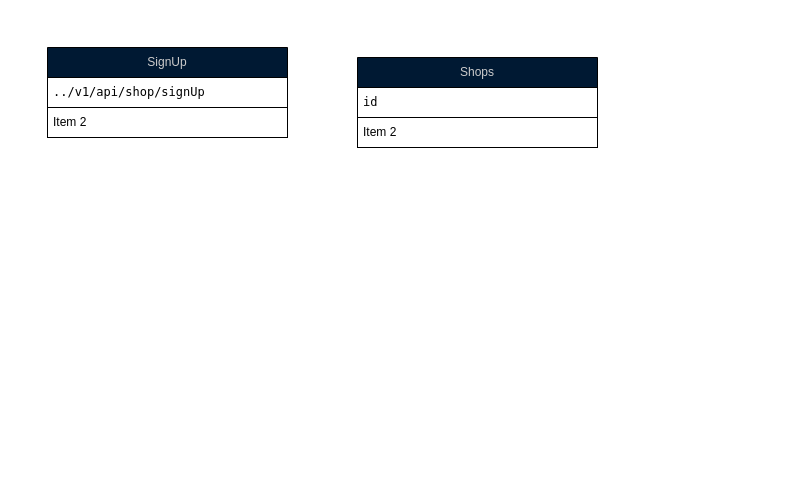
Before: page "api" (1 of 2) of document/Login.drawio in bangnguyen794/emcom_tipjs_ts, a draw.io diagram. Source tidied: cells renumbered, new cells numbered last; positions are measured from the earlier drawing's top-left corner, leaving out a move shared by most shapes. Both pictures are drawn from the tidied source at 100%, with x=0, y=0 at pixel (47, 47).
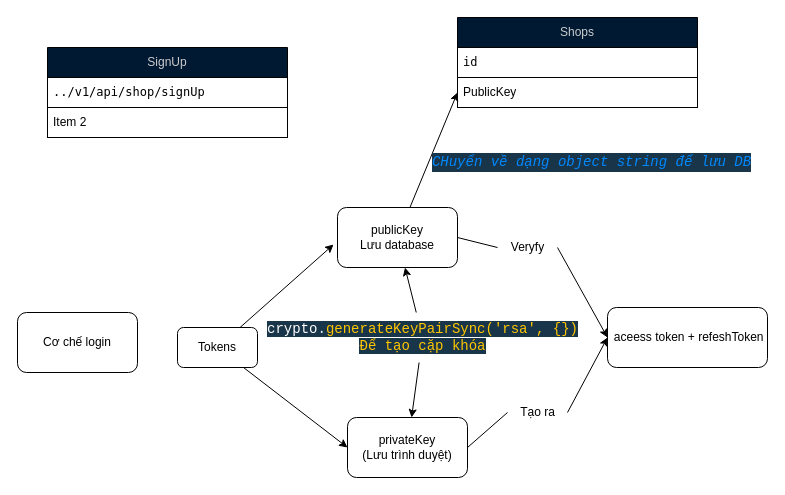
After the change.

What changed in the source:
```diff
@@
     <mxCell id="5" value="Shops" style="swimlane;fontStyle=0;horizontal=1;startSize=30;whiteSpace=wrap;html=1;labelBackgroundColor=none;fontColor=#CCCCCC;swimlaneFillColor=none;gradientColor=none;fillColor=#001933;" parent="1" vertex="1">
-      <mxGeometry x="310" y="10" width="240" height="90" as="geometry" />
+      <mxGeometry x="410" y="-30" width="240" height="90" as="geometry" />
     </mxCell>
@@
-    <mxCell id="7" value="Item 2" style="text;strokeColor=default;fillColor=default;align=left;verticalAlign=middle;spacingLeft=4;spacingRight=4;overflow=hidden;points=[[0,0.5],[1,0.5]];portConstraint=eastwest;whiteSpace=wrap;html=1;labelBackgroundColor=none;fontColor=default;labelBorderColor=none;" parent="5" vertex="1">
+    <mxCell id="7" value="PublicKey" style="text;strokeColor=default;fillColor=default;align=left;verticalAlign=middle;spacingLeft=4;spacingRight=4;overflow=hidden;points=[[0,0.5],[1,0.5]];portConstraint=eastwest;whiteSpace=wrap;html=1;labelBackgroundColor=none;fontColor=default;labelBorderColor=none;" parent="5" vertex="1">
       <mxGeometry y="60" width="240" height="30" as="geometry" />
     </mxCell>
+    <mxCell id="8" value="Cơ chế login" style="rounded=1;whiteSpace=wrap;html=1;" parent="1" vertex="1">
+      <mxGeometry x="-30" y="265" width="120" height="60" as="geometry" />
+    </mxCell>
+    <mxCell id="9" style="edgeStyle=none;html=1;entryX=0;entryY=0.5;entryDx=0;entryDy=0;" parent="1" edge="1" source="10" target="7">
+      <mxGeometry relative="1" as="geometry" />
+    </mxCell>
+    <mxCell id="10" value="publicKey&lt;br&gt;Lưu database" style="rounded=1;whiteSpace=wrap;html=1;" parent="1" vertex="1">
+      <mxGeometry x="290" y="160" width="120" height="60" as="geometry" />
+    </mxCell>
+    <mxCell id="11" style="edgeStyle=none;html=1;entryX=0;entryY=0.5;entryDx=0;entryDy=0;exitX=1;exitY=0.5;exitDx=0;exitDy=0;startArrow=none;" parent="1" edge="1" source="21" target="16">
+      <mxGeometry relative="1" as="geometry" />
+    </mxCell>
+    <mxCell id="12" value="privateKey&lt;br&gt;(Lưu trình duyệt)" style="rounded=1;whiteSpace=wrap;html=1;" parent="1" vertex="1">
+      <mxGeometry x="300" y="370" width="120" height="60" as="geometry" />
+    </mxCell>
+    <mxCell id="13" style="edgeStyle=none;html=1;entryX=-0.033;entryY=0.617;entryDx=0;entryDy=0;entryPerimeter=0;" parent="1" edge="1" source="15" target="10">
+      <mxGeometry relative="1" as="geometry" />
+    </mxCell>
+    <mxCell id="14" style="edgeStyle=none;html=1;entryX=0;entryY=0.5;entryDx=0;entryDy=0;" parent="1" edge="1" source="15" target="12">
+      <mxGeometry relative="1" as="geometry" />
+    </mxCell>
+    <mxCell id="15" value="Tokens" style="rounded=1;whiteSpace=wrap;html=1;" parent="1" vertex="1">
+      <mxGeometry x="130" y="280" width="80" height="40" as="geometry" />
+    </mxCell>
+    <mxCell id="16" value="&amp;nbsp;aceess token + refeshToken" style="whiteSpace=wrap;html=1;rounded=1;" parent="1" vertex="1">
+      <mxGeometry x="560" y="260" width="160" height="60" as="geometry" />
+    </mxCell>
+    <mxCell id="17" style="group;" parent="1" vertex="1">
+      <mxGeometry x="460" y="165" width="60" height="50" as="geometry" />
+    </mxCell>
+    <mxCell id="18" value="Veryfy" style="text;html=1;align=center;verticalAlign=middle;points=[];strokeColor=none;fillColor=none;" parent="17" vertex="1">
+      <mxGeometry x="-10" y="20" width="60" height="30" as="geometry" />
+    </mxCell>
+    <mxCell id="19" value="&lt;div style=&quot;color: rgb(255, 255, 255); background-color: rgb(25, 53, 73); font-family: Consolas, &amp;quot;Courier New&amp;quot;, monospace; font-size: 14px; line-height: 19px;&quot;&gt;&lt;span style=&quot;color: #0088ff;font-style: italic;&quot;&gt;CHuyển về dạng object string để lưu DB&lt;/span&gt;&lt;/div&gt;" style="text;html=1;align=center;verticalAlign=middle;strokeColor=none;fillColor=none;" parent="1" vertex="1">
+      <mxGeometry x="384" y="100" width="320" height="30" as="geometry" />
+    </mxCell>
+    <mxCell id="20" style="edgeStyle=none;html=1;entryX=0;entryY=0.5;entryDx=0;entryDy=0;exitX=1;exitY=0.5;exitDx=0;exitDy=0;endArrow=none;" parent="1" edge="1" source="12" target="21">
+      <mxGeometry relative="1" as="geometry" />
+    </mxCell>
+    <mxCell id="21" value="Tạo ra" style="text;html=1;align=center;verticalAlign=middle;points=[];strokeColor=none;fillColor=none;" parent="1" vertex="1">
+      <mxGeometry x="460" y="350" width="60" height="30" as="geometry" />
+    </mxCell>
+    <mxCell id="22" style="edgeStyle=none;html=1;entryX=0;entryY=0.5;entryDx=0;entryDy=0;exitX=1;exitY=0.5;exitDx=0;exitDy=0;endArrow=none;" parent="1" edge="1" source="10" target="18">
+      <mxGeometry relative="1" as="geometry" />
+    </mxCell>
+    <mxCell id="23" style="edgeStyle=none;html=1;entryX=0;entryY=0.5;entryDx=0;entryDy=0;exitX=1;exitY=0.5;exitDx=0;exitDy=0;startArrow=none;" parent="1" edge="1" source="18" target="16">
+      <mxGeometry relative="1" as="geometry" />
+    </mxCell>
+    <mxCell id="24" style="edgeStyle=none;html=1;" parent="1" edge="1" source="26" target="10">
+      <mxGeometry relative="1" as="geometry" />
+    </mxCell>
+    <mxCell id="25" style="edgeStyle=none;html=1;" parent="1" edge="1" source="26" target="12">
+      <mxGeometry relative="1" as="geometry" />
+    </mxCell>
+    <mxCell id="26" value="&lt;span style=&quot;color: rgb(255, 255, 255); font-family: Consolas, &amp;quot;Courier New&amp;quot;, monospace; font-size: 14px; background-color: rgb(25, 53, 73);&quot;&gt;crypto&lt;/span&gt;&lt;span style=&quot;font-family: Consolas, &amp;quot;Courier New&amp;quot;, monospace; font-size: 14px; background-color: rgb(25, 53, 73); color: rgb(225, 239, 255);&quot;&gt;.&lt;/span&gt;&lt;span style=&quot;font-family: Consolas, &amp;quot;Courier New&amp;quot;, monospace; font-size: 14px; background-color: rgb(25, 53, 73); color: rgb(255, 198, 0);&quot;&gt;generateKeyPairSync('rsa', {})&lt;br&gt;Để tạo cặp khóa&lt;br&gt;&lt;/span&gt;" style="text;html=1;align=center;verticalAlign=middle;points=[];strokeColor=none;fillColor=none;" parent="1" vertex="1">
+      <mxGeometry x="220" y="265" width="310" height="50" as="geometry" />
+    </mxCell>
```
